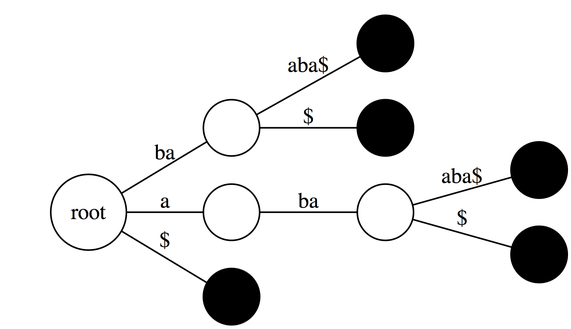
The Graphviz diagram images/suffix_tree_1.png in nekrut/BMMB554, before a commit. Its source is kept beside it as graphviz/suffix_tree_1.gv. Source of this version:
```dot
 graph tree_1 {
 rankdir=LR;
 orientation=landscape;
 size = 10;

1   [shape=circle, label="root"];
2   [shape=circle, label=""];
3   [shape=circle, label="", style="filled", color="black"];
4   [shape=circle, label=""];
5   [shape=circle, label=""];
6   [shape=circle, label="", style="filled", color="black"];
7   [shape=circle, label="", style="filled", color="black"];
8   [shape=circle, label="", style="filled", color="black"];
9   [shape=circle, label="", style="filled", color="black"];

 1 -- 2 [label="ba"];
 2 -- 3 [label="aba$"];

 1 -- 4 [label="a"];
 4 -- 5 [label="ba"];
 5 -- 6 [label="aba$"];

 1 -- 7 [label="$"];
 2 -- 8 [label="$"];
 5 -- 9 [label="$"];


 }
```
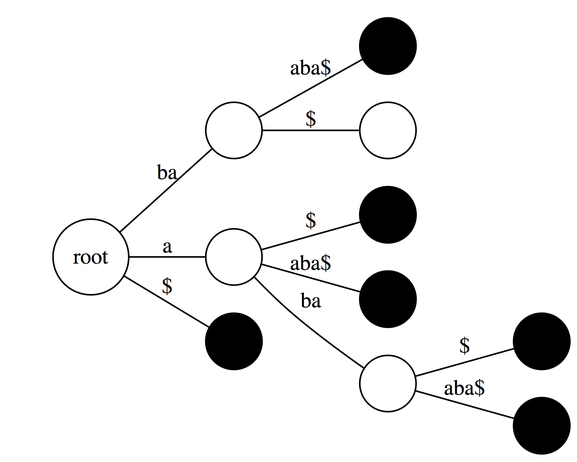
The same diagram one commit later.

Commit message:
corrected suss tree 1

The edit, as a diff of the source:
```diff
@@ -10,19 +10,24 @@
 5   [shape=circle, label=""];
 6   [shape=circle, label="", style="filled", color="black"];
 7   [shape=circle, label="", style="filled", color="black"];
-8   [shape=circle, label="", style="filled", color="black"];
+8   [shape=circle, label=""];
 9   [shape=circle, label="", style="filled", color="black"];
+10  [shape=circle, label="", style="filled", color="black"];
+11  [shape=circle, label="", style="filled", color="black"];
 
  1 -- 2 [label="ba"];
  2 -- 3 [label="aba$"];
+ 2 -- 4 [label="$"];
 
- 1 -- 4 [label="a"];
- 4 -- 5 [label="ba"];
- 5 -- 6 [label="aba$"];
+ 1 -- 5 [label="a"];
+ 5 -- 6 [label="$"];
+ 5 -- 7 [label="aba$"];
+ 5 -- 8 [label="ba"];
+ 8 -- 9 [label="$"];
+ 8 -- 10 [label="aba$"];
 
- 1 -- 7 [label="$"];
- 2 -- 8 [label="$"];
- 5 -- 9 [label="$"];
+ 1 -- 11 [label="$"];
+
 
 
  }
```
